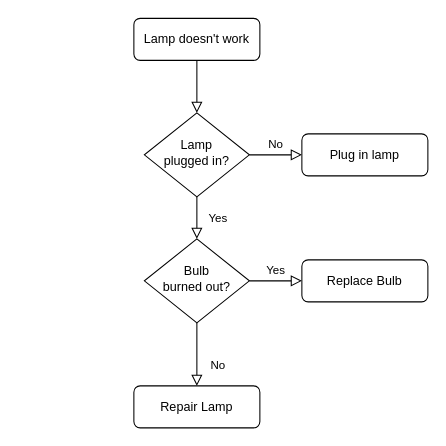
This is Untitled Diagram.drawio from remigius974/FlutterApps, a draw.io file, before an edit. Source tidied: cells renumbered, new cells numbered last; positions are measured from the earlier drawing's top-left corner, leaving out a move shared by most shapes. Both pictures are drawn from the tidied source at 105%, with x=0, y=0 at pixel (133, 18).
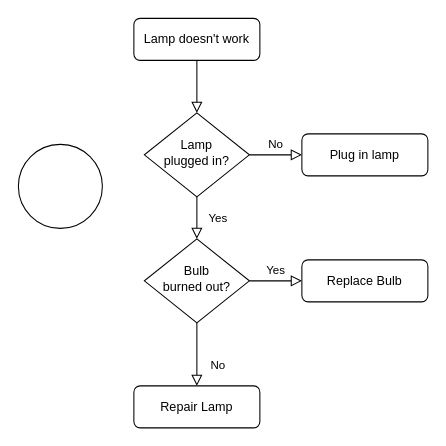
The same page after the edit.

Diff of the diagram source:
```diff
@@
 <mxGraphModel>
   <root>
     <mxCell id="0" />
     <mxCell id="1" parent="0" />
     <mxCell id="2" style="rounded=0;html=1;jettySize=auto;fontSize=11;endArrow=block;endFill=0;endSize=8;strokeWidth=1;shadow=0;labelBackgroundColor=none;edgeStyle=orthogonalEdgeStyle;" parent="1" edge="1" source="3" target="6">
       <mxGeometry relative="1" as="geometry" />
     </mxCell>
     <mxCell id="3" value="Lamp doesn't work" style="rounded=1;whiteSpace=wrap;html=1;fontSize=12;glass=0;strokeWidth=1;shadow=0;" parent="1" vertex="1">
       <mxGeometry width="120" height="40" as="geometry" />
     </mxCell>
     <mxCell id="4" value="Yes" style="rounded=0;html=1;jettySize=auto;fontSize=11;endArrow=block;endFill=0;endSize=8;strokeWidth=1;shadow=0;labelBackgroundColor=none;edgeStyle=orthogonalEdgeStyle;" parent="1" edge="1" source="6" target="10">
       <mxGeometry y="20" relative="1" as="geometry" />
     </mxCell>
     <mxCell id="5" value="No" style="edgeStyle=orthogonalEdgeStyle;rounded=0;html=1;jettySize=auto;fontSize=11;endArrow=block;endFill=0;endSize=8;strokeWidth=1;shadow=0;labelBackgroundColor=none;" parent="1" edge="1" source="6" target="7">
       <mxGeometry y="10" relative="1" as="geometry" />
     </mxCell>
     <mxCell id="6" value="Lamp&lt;br&gt;plugged in?" style="rhombus;whiteSpace=wrap;html=1;shadow=0;fontFamily=Helvetica;fontSize=12;align=center;strokeWidth=1;spacing=6;spacingTop=-4;" parent="1" vertex="1">
       <mxGeometry x="10" y="90" width="100" height="80" as="geometry" />
     </mxCell>
     <mxCell id="7" value="Plug in lamp" style="rounded=1;whiteSpace=wrap;html=1;fontSize=12;glass=0;strokeWidth=1;shadow=0;" parent="1" vertex="1">
       <mxGeometry x="160" y="110" width="120" height="40" as="geometry" />
     </mxCell>
     <mxCell id="8" value="No" style="rounded=0;html=1;jettySize=auto;fontSize=11;endArrow=block;endFill=0;endSize=8;strokeWidth=1;shadow=0;labelBackgroundColor=none;edgeStyle=orthogonalEdgeStyle;" parent="1" edge="1" source="10" target="11">
       <mxGeometry x="0.33" y="20" relative="1" as="geometry" />
     </mxCell>
     <mxCell id="9" value="Yes" style="edgeStyle=orthogonalEdgeStyle;rounded=0;html=1;jettySize=auto;fontSize=11;endArrow=block;endFill=0;endSize=8;strokeWidth=1;shadow=0;labelBackgroundColor=none;" parent="1" edge="1" source="10" target="12">
       <mxGeometry y="10" relative="1" as="geometry" />
     </mxCell>
     <mxCell id="10" value="Bulb&lt;br&gt;burned out?" style="rhombus;whiteSpace=wrap;html=1;shadow=0;fontFamily=Helvetica;fontSize=12;align=center;strokeWidth=1;spacing=6;spacingTop=-4;" parent="1" vertex="1">
       <mxGeometry x="10" y="210" width="100" height="80" as="geometry" />
     </mxCell>
     <mxCell id="11" value="Repair Lamp" style="rounded=1;whiteSpace=wrap;html=1;fontSize=12;glass=0;strokeWidth=1;shadow=0;" parent="1" vertex="1">
       <mxGeometry y="350" width="120" height="40" as="geometry" />
     </mxCell>
     <mxCell id="12" value="Replace Bulb" style="rounded=1;whiteSpace=wrap;html=1;fontSize=12;glass=0;strokeWidth=1;shadow=0;" parent="1" vertex="1">
       <mxGeometry x="160" y="230" width="120" height="40" as="geometry" />
     </mxCell>
+    <mxCell id="13" style="ellipse;whiteSpace=wrap;html=1;" parent="1" vertex="1">
+      <mxGeometry x="-110" y="120" width="80" height="80" as="geometry" />
+    </mxCell>
   </root>
 </mxGraphModel>
```
